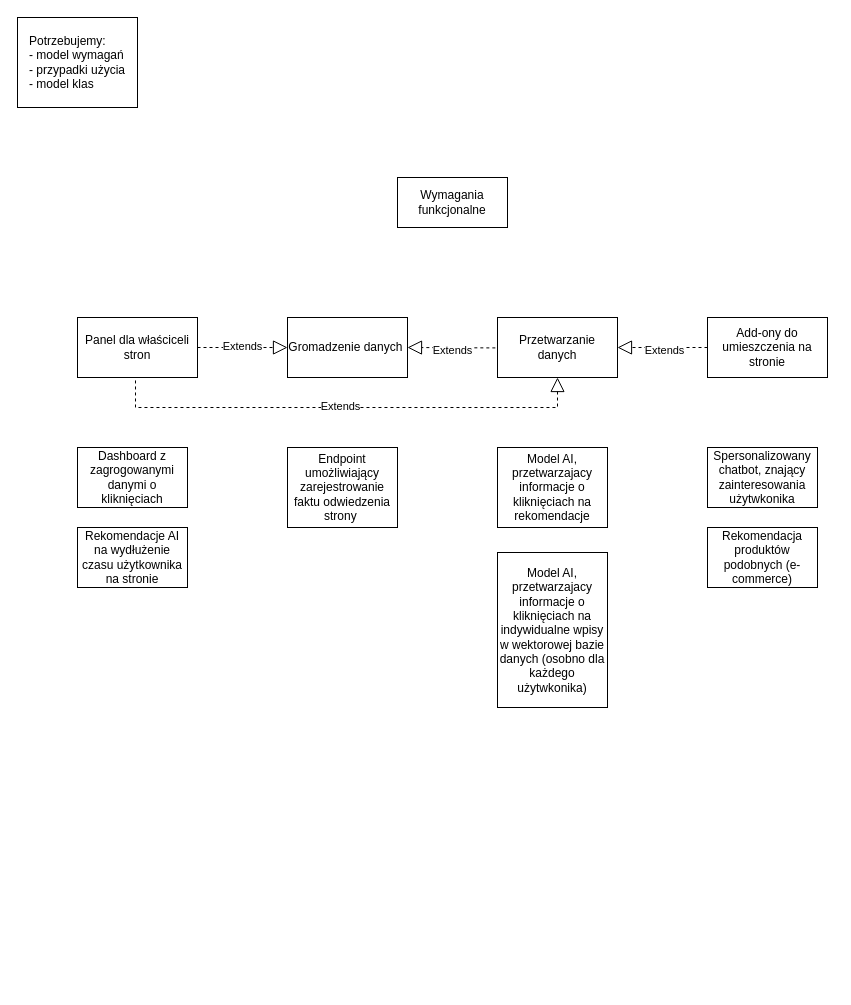
Above: modelowanie i analiza systemów.drawio in rafal-draws/cs_uml (draw.io), before the change. Source tidied: cells renumbered, new cells numbered last; positions are measured from the earlier drawing's top-left corner, leaving out a move shared by most shapes. Both pictures are drawn from the tidied source at 100%, with x=0, y=0 at pixel (17, 17).
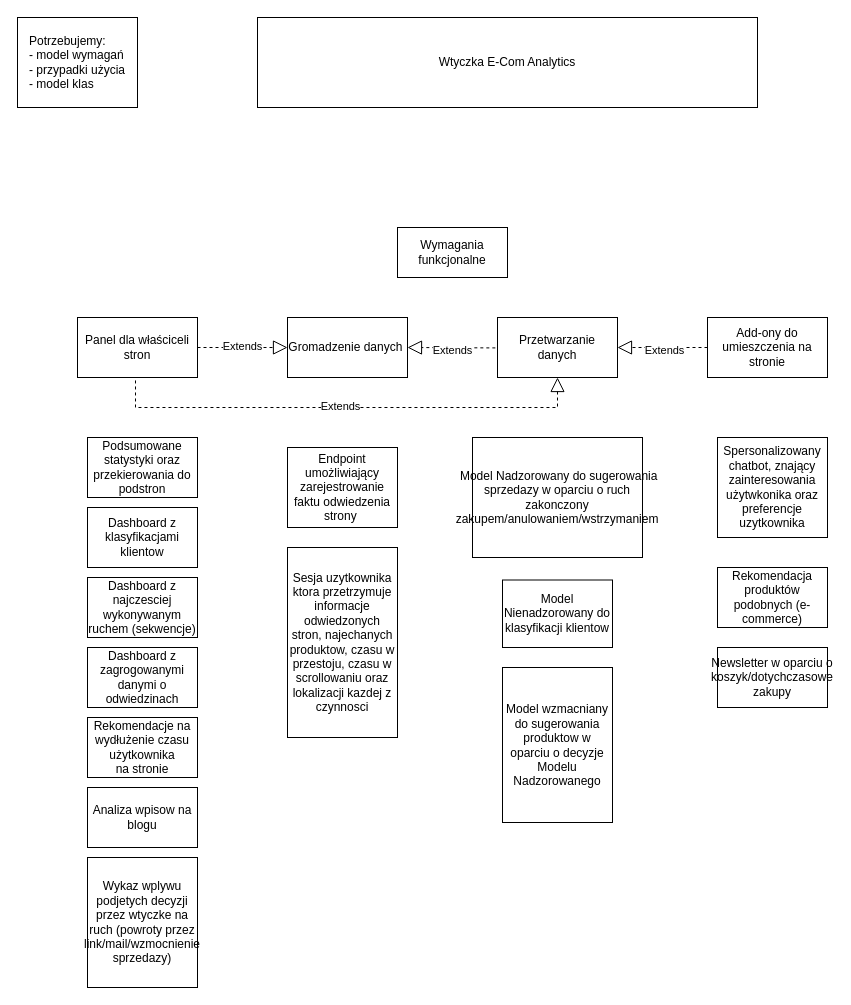
Above is the later version.

Commit message:
more functional req added

Change to the diagram source:
```diff
@@
     <mxCell id="3" value="Wymagania funkcjonalne" style="html=1;whiteSpace=wrap;" parent="1" vertex="1">
-      <mxGeometry x="380" y="160" width="110" height="50" as="geometry" />
+      <mxGeometry x="380" y="210" width="110" height="50" as="geometry" />
     </mxCell>
@@
-    <mxCell id="7" value="Dashboard z zagrogowanymi danymi o kliknięciach" style="html=1;whiteSpace=wrap;" parent="1" vertex="1">
-      <mxGeometry x="60" y="430" width="110" height="60" as="geometry" />
+    <mxCell id="7" value="&lt;div&gt;Podsumowane statystyki oraz przekierowania do podstron&lt;br&gt;&lt;/div&gt;" style="html=1;whiteSpace=wrap;" parent="1" vertex="1">
+      <mxGeometry x="70" y="420" width="110" height="60" as="geometry" />
     </mxCell>
-    <mxCell id="8" value="Rekomendacje AI na wydłużenie czasu użytkownika&lt;br&gt;na stronie" style="html=1;whiteSpace=wrap;" parent="1" vertex="1">
-      <mxGeometry x="60" y="510" width="110" height="60" as="geometry" />
+    <mxCell id="8" value="Rekomendacje na wydłużenie czasu użytkownika&lt;br&gt;na stronie" style="html=1;whiteSpace=wrap;" parent="1" vertex="1">
+      <mxGeometry x="70" y="700" width="110" height="60" as="geometry" />
     </mxCell>
@@
-    <mxCell id="10" value="Spersonalizowany chatbot, znający zainteresowania użytwkonika" style="html=1;whiteSpace=wrap;" parent="1" vertex="1">
-      <mxGeometry x="690" y="430" width="110" height="60" as="geometry" />
+    <mxCell id="10" value="&lt;div&gt;Spersonalizowany chatbot, znający zainteresowania użytwkonika oraz preferencje uzytkownika&lt;/div&gt;" style="html=1;whiteSpace=wrap;" parent="1" vertex="1">
+      <mxGeometry x="700" y="420" width="110" height="100" as="geometry" />
     </mxCell>
     <mxCell id="11" value="Rekomendacja produktów podobnych (e-commerce)" style="html=1;whiteSpace=wrap;" parent="1" vertex="1">
-      <mxGeometry x="690" y="510" width="110" height="60" as="geometry" />
+      <mxGeometry x="700" y="550" width="110" height="60" as="geometry" />
     </mxCell>
@@
-    <mxCell id="19" value="Model AI, przetwarzajacy informacje o kliknięciach na rekomendacje" style="html=1;whiteSpace=wrap;" parent="1" vertex="1">
-      <mxGeometry x="480" y="430" width="110" height="80" as="geometry" />
+    <mxCell id="19" value="&lt;div&gt;&amp;nbsp;Model Nadzorowany do sugerowania sprzedazy w oparciu o ruch zakonczony zakupem/anulowaniem/wstrzymaniem&lt;/div&gt;" style="html=1;whiteSpace=wrap;" parent="1" vertex="1">
+      <mxGeometry x="455" y="420" width="170" height="120" as="geometry" />
     </mxCell>
-    <mxCell id="20" value="Model AI, przetwarzajacy informacje o kliknięciach na indywidualne wpisy w wektorowej bazie danych (osobno dla każdego użytwkonika)" style="html=1;whiteSpace=wrap;" parent="1" vertex="1">
-      <mxGeometry x="480" y="535" width="110" height="155" as="geometry" />
+    <mxCell id="20" value="&lt;div&gt;Model Nienadzorowany do klasyfikacji klientow&lt;/div&gt;" style="html=1;whiteSpace=wrap;" parent="1" vertex="1">
+      <mxGeometry x="485" y="562.5" width="110" height="67.5" as="geometry" />
     </mxCell>
@@
+    <mxCell id="23" value="Dashboard z najczesciej wykonywanym ruchem (sekwencje)" style="html=1;whiteSpace=wrap;" parent="1" vertex="1">
+      <mxGeometry x="70" y="560" width="110" height="60" as="geometry" />
+    </mxCell>
+    <mxCell id="24" value="Dashboard z zagrogowanymi danymi o odwiedzinach" style="html=1;whiteSpace=wrap;" parent="1" vertex="1">
+      <mxGeometry x="70" y="630" width="110" height="60" as="geometry" />
+    </mxCell>
+    <mxCell id="25" value="Dashboard z klasyfikacjami klientow" style="html=1;whiteSpace=wrap;" parent="1" vertex="1">
+      <mxGeometry x="70" y="490" width="110" height="60" as="geometry" />
+    </mxCell>
+    <mxCell id="26" value="Analiza wpisow na blogu" style="html=1;whiteSpace=wrap;" parent="1" vertex="1">
+      <mxGeometry x="70" y="770" width="110" height="60" as="geometry" />
+    </mxCell>
+    <mxCell id="27" value="Wtyczka E-Com Analytics" style="rounded=0;whiteSpace=wrap;html=1;" parent="1" vertex="1">
+      <mxGeometry x="240" width="500" height="90" as="geometry" />
+    </mxCell>
+    <mxCell id="28" value="Sesja uzytkownika ktora przetrzymuje informacje odwiedzonych stron, najechanych produktow, czasu w przestoju, czasu w scrollowaniu oraz lokalizacji kazdej z czynnosci" style="html=1;whiteSpace=wrap;" parent="1" vertex="1">
+      <mxGeometry x="270" y="530" width="110" height="190" as="geometry" />
+    </mxCell>
+    <mxCell id="29" value="Model wzmacniany do sugerowania produktow w oparciu o decyzje Modelu Nadzorowanego" style="html=1;whiteSpace=wrap;" parent="1" vertex="1">
+      <mxGeometry x="485" y="650" width="110" height="155" as="geometry" />
+    </mxCell>
+    <mxCell id="30" value="&lt;div&gt;Newsletter w oparciu o koszyk/dotychczasowe zakupy&lt;/div&gt;" style="html=1;whiteSpace=wrap;" parent="1" vertex="1">
+      <mxGeometry x="700" y="630" width="110" height="60" as="geometry" />
+    </mxCell>
+    <mxCell id="31" value="Wykaz wplywu podjetych decyzji przez wtyczke na ruch (powroty przez link/mail/wzmocnienie sprzedazy)" style="html=1;whiteSpace=wrap;" parent="1" vertex="1">
+      <mxGeometry x="70" y="840" width="110" height="130" as="geometry" />
+    </mxCell>
```
